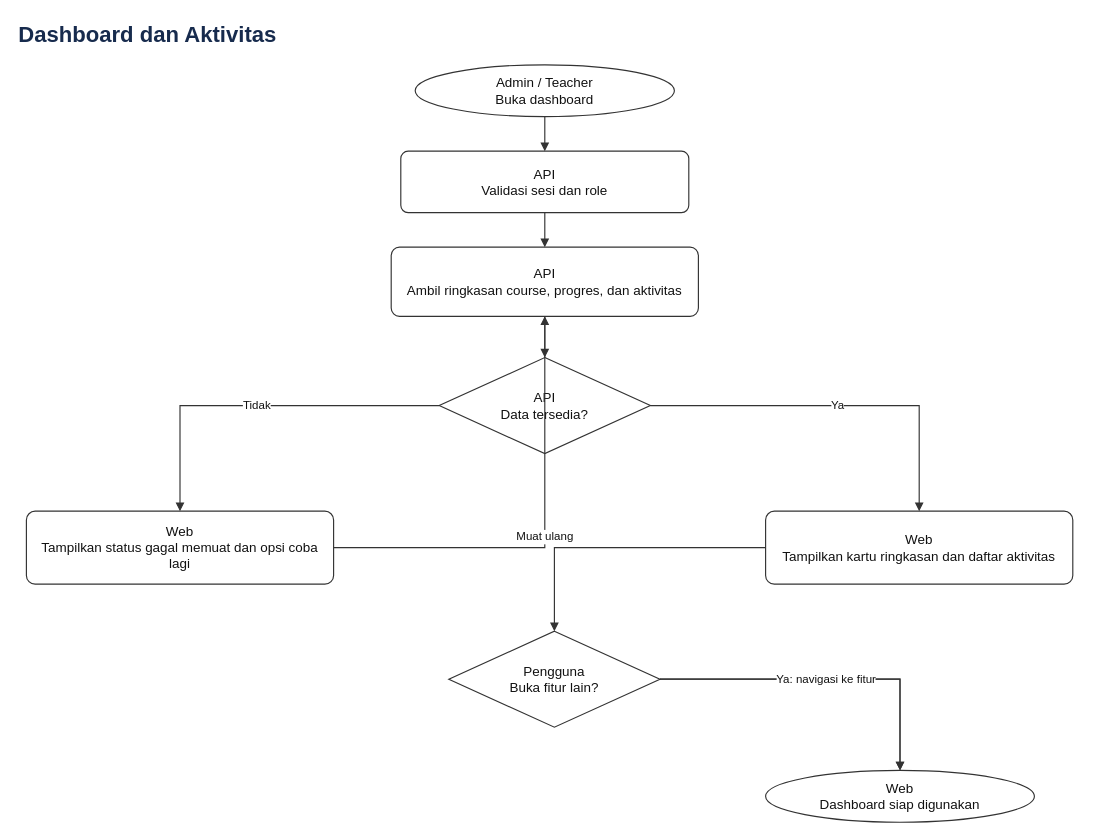
Before: docs/diagrams/04-dashboard-activity.drawio in ammarmfirdaus-hue/DENSO-LMS, a draw.io diagram. Source tidied: cells renumbered, new cells numbered last; positions are measured from the earlier drawing's top-left corner, leaving out a move shared by most shapes. Both pictures are drawn from the tidied source at 96%, with x=0, y=0 at pixel (16, 16).
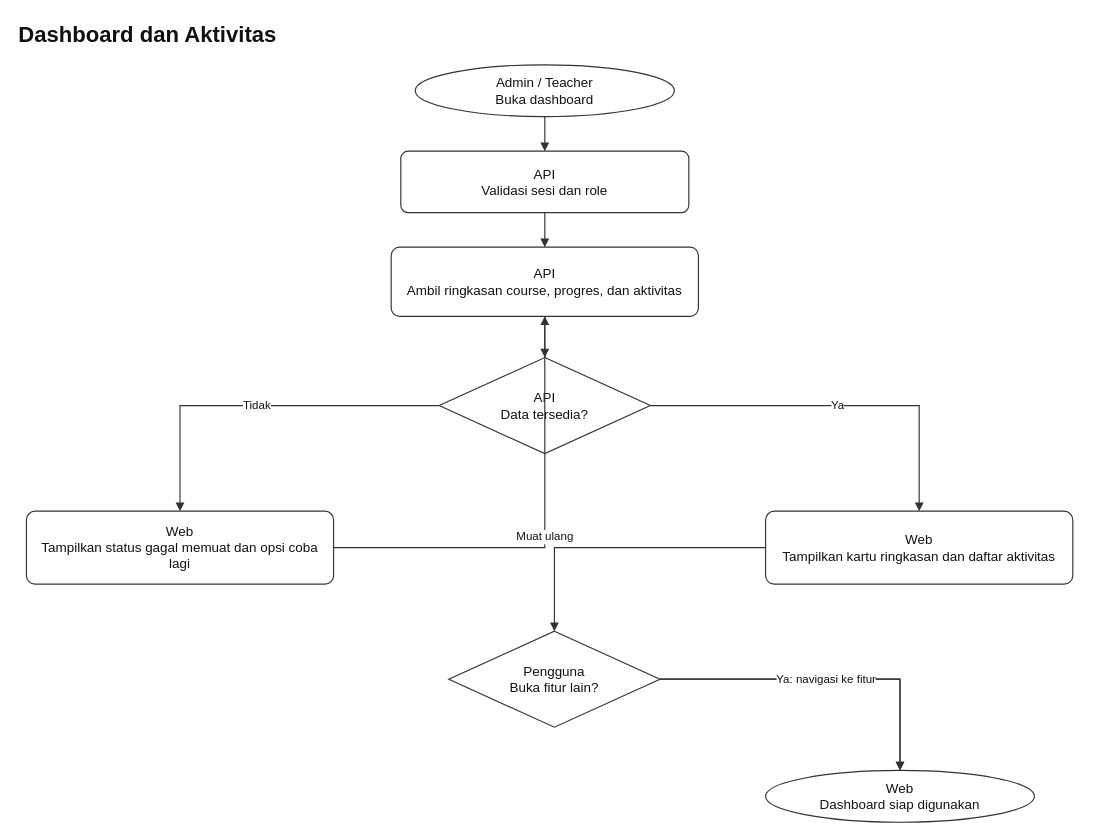
Above is the later version.

What changed in the source:
```diff
@@
 <mxGraphModel>
   <root>
     <mxCell id="0" />
     <mxCell id="1" parent="0" />
-    <mxCell id="2" value="Dashboard dan Aktivitas" style="text;html=1;align=left;verticalAlign=middle;whiteSpace=wrap;rounded=0;strokeColor=none;fillColor=none;fontSize=23;fontStyle=1;fontColor=#172b4d;" parent="1" vertex="1">
+    <mxCell id="2" value="Dashboard dan Aktivitas" style="text;html=1;align=left;verticalAlign=middle;whiteSpace=wrap;rounded=0;strokeColor=none;fillColor=none;fontSize=23;fontStyle=1;fontColor=#111111;" parent="1" vertex="1">
       <mxGeometry width="1120" height="38" as="geometry" />
     </mxCell>
     <mxCell id="3" value="Admin / Teacher&#10;Buka dashboard" style="shape=ellipse;whiteSpace=wrap;html=1;align=center;verticalAlign=middle;strokeColor=#333333;strokeWidth=1.2;fillColor=#ffffff;fontColor=#111111;fontSize=14;spacing=8;shadow=0;" parent="1" vertex="1">
       <mxGeometry x="415" y="50" width="270" height="54" as="geometry" />
     </mxCell>
     <mxCell id="4" value="API&#10;Validasi sesi dan role" style="rounded=1;arcSize=12;whiteSpace=wrap;html=1;align=center;verticalAlign=middle;strokeColor=#333333;strokeWidth=1.2;fillColor=#ffffff;fontColor=#111111;fontSize=14;spacing=8;shadow=0;" parent="1" vertex="1">
       <mxGeometry x="400" y="140" width="300" height="64" as="geometry" />
     </mxCell>
     <mxCell id="5" value="API&#10;Ambil ringkasan course, progres, dan aktivitas" style="rounded=1;arcSize=12;whiteSpace=wrap;html=1;align=center;verticalAlign=middle;strokeColor=#333333;strokeWidth=1.2;fillColor=#ffffff;fontColor=#111111;fontSize=14;spacing=8;shadow=0;" parent="1" vertex="1">
       <mxGeometry x="390" y="240" width="320" height="72" as="geometry" />
     </mxCell>
     <mxCell id="6" value="API&#10;Data tersedia?" style="shape=rhombus;whiteSpace=wrap;html=1;align=center;verticalAlign=middle;strokeColor=#333333;strokeWidth=1.2;fillColor=#ffffff;fontColor=#111111;fontSize=14;spacing=8;shadow=0;" parent="1" vertex="1">
       <mxGeometry x="440" y="355" width="220" height="100" as="geometry" />
     </mxCell>
     <mxCell id="7" value="Web&#10;Tampilkan status gagal memuat dan opsi coba lagi" style="rounded=1;arcSize=12;whiteSpace=wrap;html=1;align=center;verticalAlign=middle;strokeColor=#333333;strokeWidth=1.2;fillColor=#ffffff;fontColor=#111111;fontSize=14;spacing=8;shadow=0;" parent="1" vertex="1">
       <mxGeometry x="10" y="515" width="320" height="76" as="geometry" />
     </mxCell>
     <mxCell id="8" value="Web&#10;Tampilkan kartu ringkasan dan daftar aktivitas" style="rounded=1;arcSize=12;whiteSpace=wrap;html=1;align=center;verticalAlign=middle;strokeColor=#333333;strokeWidth=1.2;fillColor=#ffffff;fontColor=#111111;fontSize=14;spacing=8;shadow=0;" parent="1" vertex="1">
       <mxGeometry x="780" y="515" width="320" height="76" as="geometry" />
     </mxCell>
     <mxCell id="9" value="Pengguna&#10;Buka fitur lain?" style="shape=rhombus;whiteSpace=wrap;html=1;align=center;verticalAlign=middle;strokeColor=#333333;strokeWidth=1.2;fillColor=#ffffff;fontColor=#111111;fontSize=14;spacing=8;shadow=0;" parent="1" vertex="1">
       <mxGeometry x="450" y="640" width="220" height="100" as="geometry" />
     </mxCell>
     <mxCell id="10" value="Web&#10;Dashboard siap digunakan" style="shape=ellipse;whiteSpace=wrap;html=1;align=center;verticalAlign=middle;strokeColor=#333333;strokeWidth=1.2;fillColor=#ffffff;fontColor=#111111;fontSize=14;spacing=8;shadow=0;" parent="1" vertex="1">
       <mxGeometry x="780" y="785" width="280" height="54" as="geometry" />
     </mxCell>
     <mxCell id="11" style="edgeStyle=orthogonalEdgeStyle;rounded=0;jettySize=auto;html=1;strokeColor=#333333;strokeWidth=1.2;fontColor=#111111;fontSize=12;labelBackgroundColor=#ffffff;endArrow=block;endFill=1;" parent="1" edge="1" source="3" target="4">
       <mxGeometry relative="1" as="geometry" />
     </mxCell>
     <mxCell id="12" style="edgeStyle=orthogonalEdgeStyle;rounded=0;jettySize=auto;html=1;strokeColor=#333333;strokeWidth=1.2;fontColor=#111111;fontSize=12;labelBackgroundColor=#ffffff;endArrow=block;endFill=1;" parent="1" edge="1" source="4" target="5">
       <mxGeometry relative="1" as="geometry" />
     </mxCell>
     <mxCell id="13" style="edgeStyle=orthogonalEdgeStyle;rounded=0;jettySize=auto;html=1;strokeColor=#333333;strokeWidth=1.2;fontColor=#111111;fontSize=12;labelBackgroundColor=#ffffff;endArrow=block;endFill=1;" parent="1" edge="1" source="5" target="6">
       <mxGeometry relative="1" as="geometry" />
     </mxCell>
     <mxCell id="14" value="Ya" style="edgeStyle=orthogonalEdgeStyle;rounded=0;jettySize=auto;html=1;strokeColor=#333333;strokeWidth=1.2;fontColor=#111111;fontSize=12;labelBackgroundColor=#ffffff;endArrow=block;endFill=1;" parent="1" edge="1" source="6" target="8">
       <mxGeometry relative="1" as="geometry" />
     </mxCell>
     <mxCell id="15" value="Tidak" style="edgeStyle=orthogonalEdgeStyle;rounded=0;jettySize=auto;html=1;strokeColor=#333333;strokeWidth=1.2;fontColor=#111111;fontSize=12;labelBackgroundColor=#ffffff;endArrow=block;endFill=1;" parent="1" edge="1" source="6" target="7">
       <mxGeometry relative="1" as="geometry" />
     </mxCell>
     <mxCell id="16" value="Muat ulang" style="edgeStyle=orthogonalEdgeStyle;rounded=0;jettySize=auto;html=1;strokeColor=#333333;strokeWidth=1.2;fontColor=#111111;fontSize=12;labelBackgroundColor=#ffffff;endArrow=block;endFill=1;" parent="1" edge="1" source="7" target="5">
       <mxGeometry relative="1" as="geometry" />
     </mxCell>
     <mxCell id="17" style="edgeStyle=orthogonalEdgeStyle;rounded=0;jettySize=auto;html=1;strokeColor=#333333;strokeWidth=1.2;fontColor=#111111;fontSize=12;labelBackgroundColor=#ffffff;endArrow=block;endFill=1;" parent="1" edge="1" source="8" target="9">
       <mxGeometry relative="1" as="geometry" />
     </mxCell>
     <mxCell id="18" value="Tidak" style="edgeStyle=orthogonalEdgeStyle;rounded=0;jettySize=auto;html=1;strokeColor=#333333;strokeWidth=1.2;fontColor=#111111;fontSize=12;labelBackgroundColor=#ffffff;endArrow=block;endFill=1;" parent="1" edge="1" source="9" target="10">
       <mxGeometry relative="1" as="geometry" />
     </mxCell>
     <mxCell id="19" value="Ya: navigasi ke fitur" style="edgeStyle=orthogonalEdgeStyle;rounded=0;jettySize=auto;html=1;strokeColor=#333333;strokeWidth=1.2;fontColor=#111111;fontSize=12;labelBackgroundColor=#ffffff;endArrow=block;endFill=1;" parent="1" edge="1" source="9" target="10">
       <mxGeometry relative="1" as="geometry" />
     </mxCell>
   </root>
 </mxGraphModel>
```
